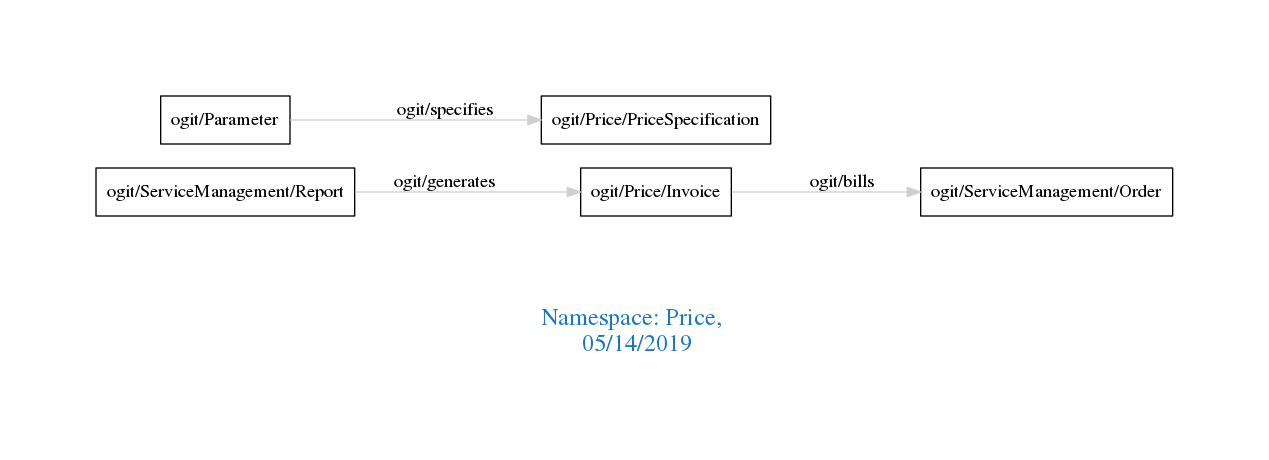
The Graphviz diagram downloads/Price.png in arago/OGIT, before a commit. Its source is kept beside it as downloads/Price.dot. The source it was exported from:
```dot
digraph OGIT_ontology {
 graph [ rankdir= LR,pad=1
fontsize = 18,
fontcolor= dodgerblue3,label = "\n\n\nNamespace: Price, \n 05/14/2019"];
node[shape=polygon];
edge [  color="gray81"];

   "ogit/Price/Invoice" -> "ogit/ServiceManagement/Order" [label="   ogit/bills    "];
   "ogit/ServiceManagement/Report" -> "ogit/Price/Invoice" [label="   ogit/generates    "];
   "ogit/Parameter" -> "ogit/Price/PriceSpecification" [label="   ogit/specifies    "];
}
```
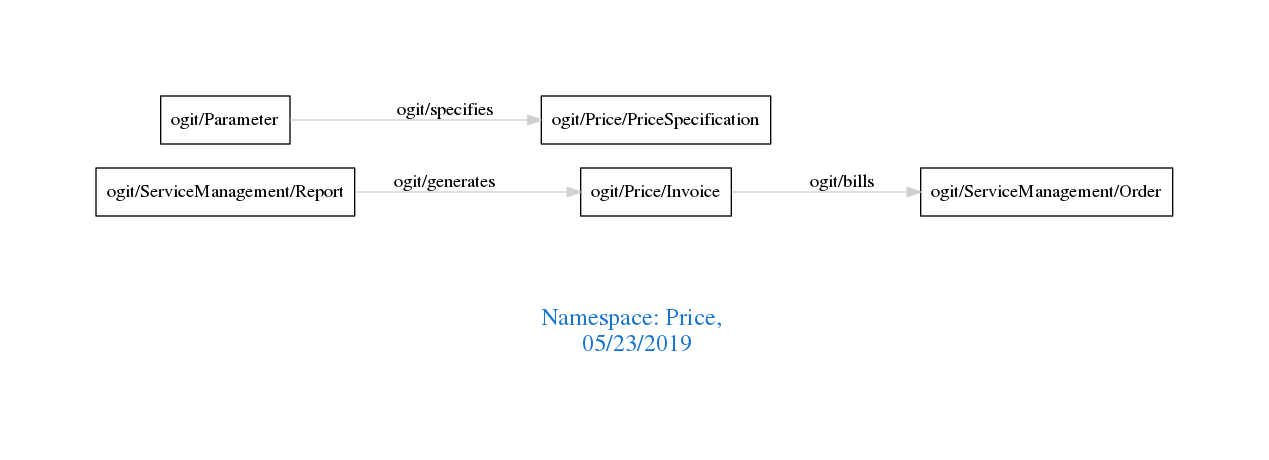
After the change.

Change to the diagram source:
```diff
@@ -1,7 +1,7 @@
 digraph OGIT_ontology {
  graph [ rankdir= LR,pad=1
 fontsize = 18,
-fontcolor= dodgerblue3,label = "\n\n\nNamespace: Price, \n 05/14/2019"];
+fontcolor= dodgerblue3,label = "\n\n\nNamespace: Price, \n 05/23/2019"];
 node[shape=polygon];
 edge [  color="gray81"];
 
```
